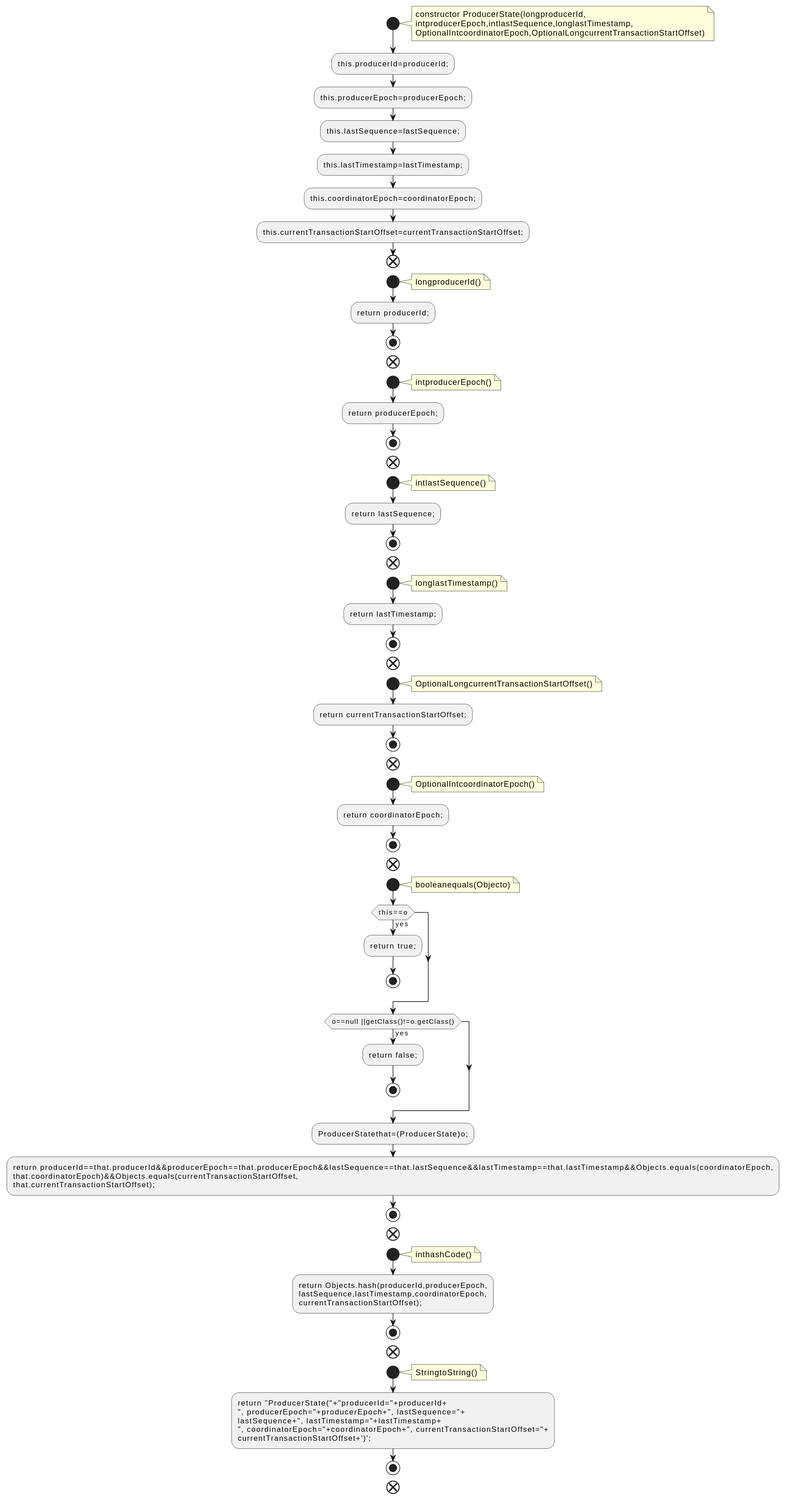
Above: docs/qc/clients/src/main/java/org/apache/kafka/clients/admin/ProducerState.java.fct.svg in qualitesys/kafka (PlantUML), before the change.
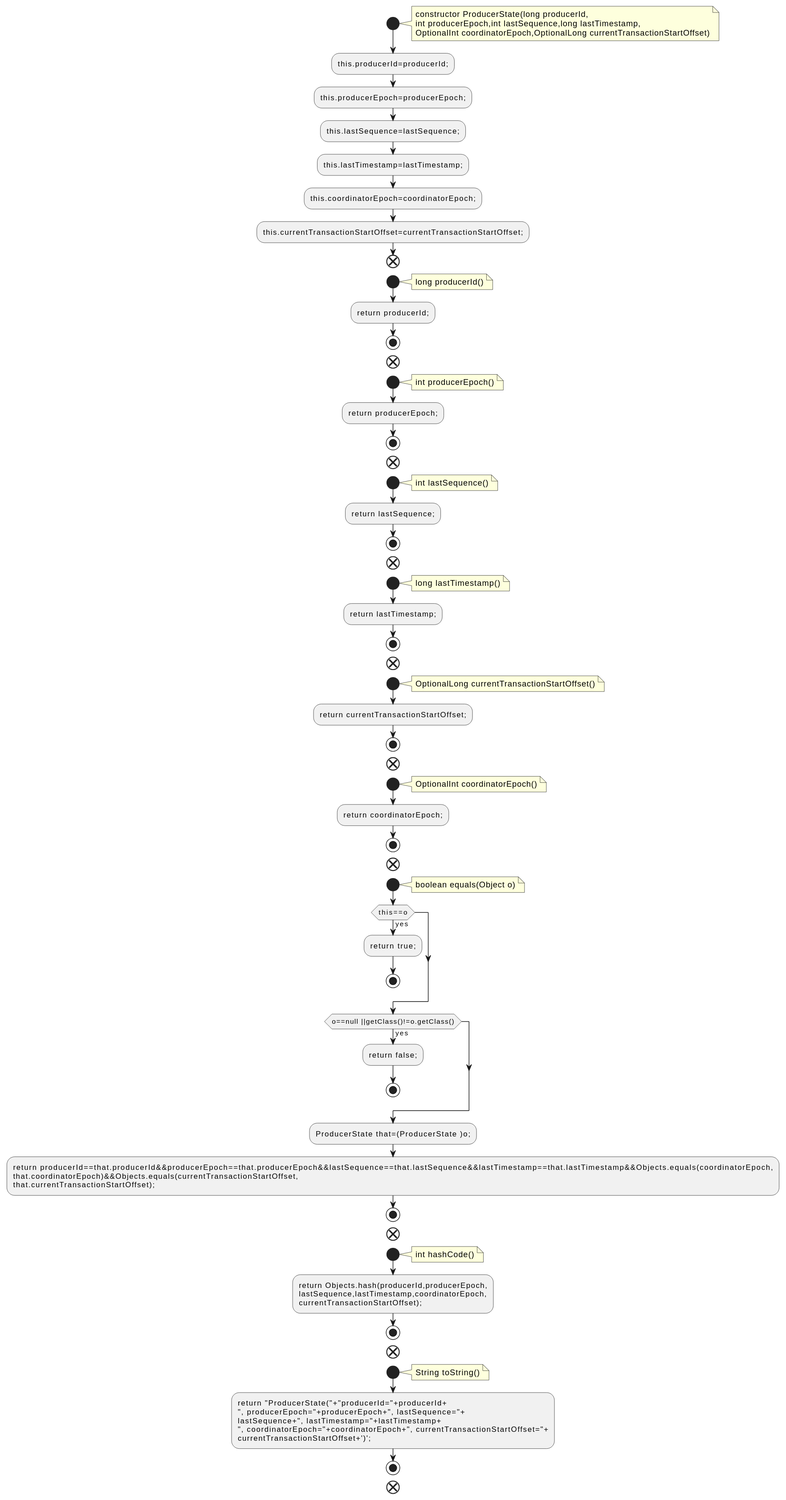
The same diagram one commit later.

Change to the diagram source:
```diff
@@ -2,9 +2,9 @@
 !pragma layout smetana
 start
 note right
-constructor ProducerState(longproducerId,
-intproducerEpoch,intlastSequence,longlastTimestamp,
-OptionalIntcoordinatorEpoch,OptionalLongcurrentTransactionStartOffset)
+constructor ProducerState(long producerId,
+int producerEpoch,int lastSequence,long lastTimestamp,
+OptionalInt coordinatorEpoch,OptionalLong currentTransactionStartOffset)
 end note
 :this.producerId=producerId;;
 :this.producerEpoch=producerEpoch;;
@@ -15,49 +15,49 @@
 end
 start
 note right
-longproducerId()
+long producerId()
 end note
 :return producerId;;
 stop
 end
 start
 note right
-intproducerEpoch()
+int producerEpoch()
 end note
 :return producerEpoch;;
 stop
 end
 start
 note right
-intlastSequence()
+int lastSequence()
 end note
 :return lastSequence;;
 stop
 end
 start
 note right
-longlastTimestamp()
+long lastTimestamp()
 end note
 :return lastTimestamp;;
 stop
 end
 start
 note right
-OptionalLongcurrentTransactionStartOffset()
+OptionalLong currentTransactionStartOffset()
 end note
 :return currentTransactionStartOffset;;
 stop
 end
 start
 note right
-OptionalIntcoordinatorEpoch()
+OptionalInt coordinatorEpoch()
 end note
 :return coordinatorEpoch;;
 stop
 end
 start
 note right
-booleanequals(Objecto)
+boolean equals(Object o)
 end note
 if (this==o) then (yes)
 :return true;;
@@ -67,7 +67,7 @@
 :return false;;
 stop
 endif
-:ProducerStatethat=(ProducerState)o;;
+:ProducerState that=(ProducerState )o;;
 :return producerId==that.producerId&&producerEpoch==that.producerEpoch&&lastSequence==that.lastSequence&&lastTimestamp==that.lastTimestamp&&Objects.equals(coordinatorEpoch,
 that.coordinatorEpoch)&&Objects.equals(currentTransactionStartOffset,
 that.currentTransactionStartOffset);;
@@ -75,7 +75,7 @@
 end
 start
 note right
-inthashCode()
+int hashCode()
 end note
 :return Objects.hash(producerId,producerEpoch,
 lastSequence,lastTimestamp,coordinatorEpoch,
@@ -84,7 +84,7 @@
 end
 start
 note right
-StringtoString()
+String toString()
 end note
 :return "ProducerState("+"producerId="+producerId+
 ", producerEpoch="+producerEpoch+", lastSequence="+
```
